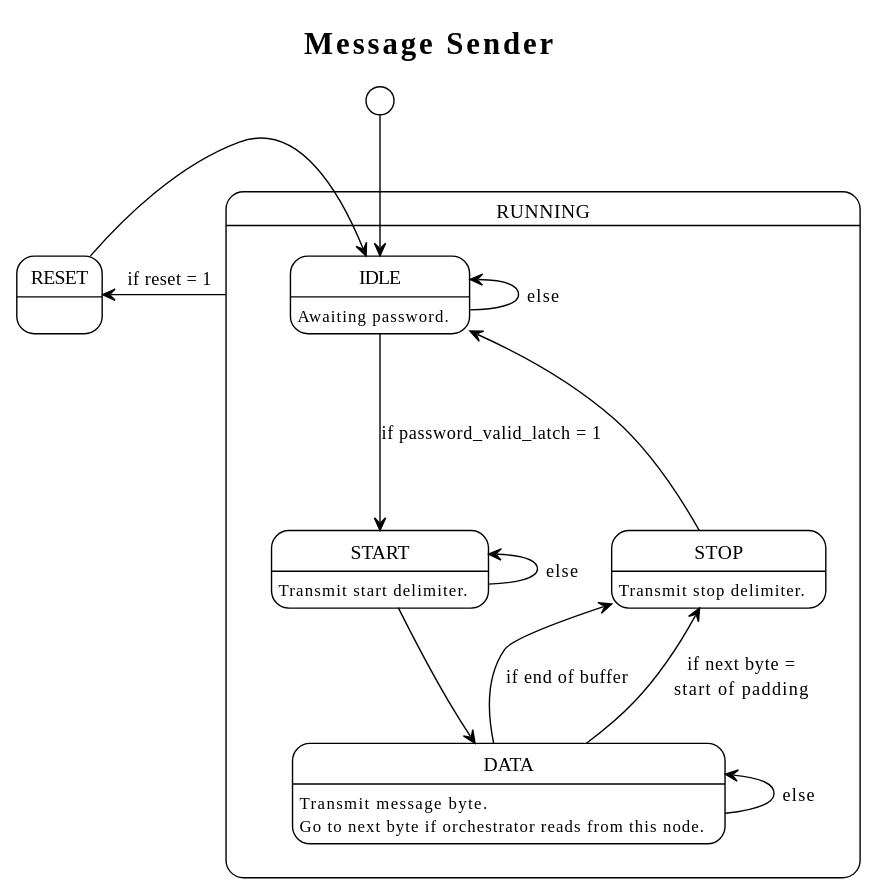
This is figures/prototype/state_diagrams/msg_sender/msg_sender_state_diagram.svg from Niclasapdk/ESD3_project, a PlantUML export, as it was before one commit.
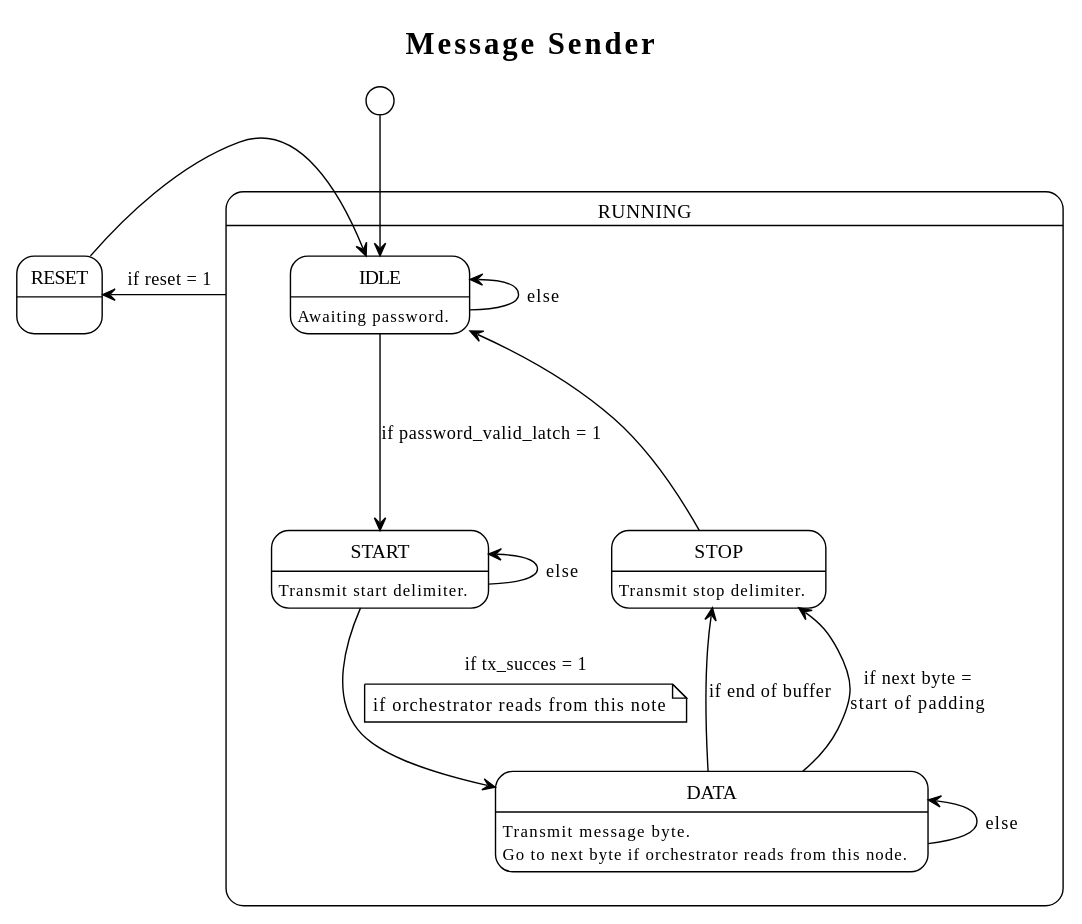
After the commit.

Commit message:
export figs

Change to the diagram source:
```diff
@@ -13,7 +13,10 @@
   IDLE -l-> IDLE: else
   IDLE ---> START:if password_valid_latch = 1
   START <--- START : else
-  START --> DATA
+  START --> DATA: if tx_succes = 1
+  note on link
+  if orchestrator reads from this note
+  end note
   DATA -u-> STOP: if end of buffer
   DATA -u-> STOP: if next byte =\nstart of padding
   DATA <-u- DATA: else
```
